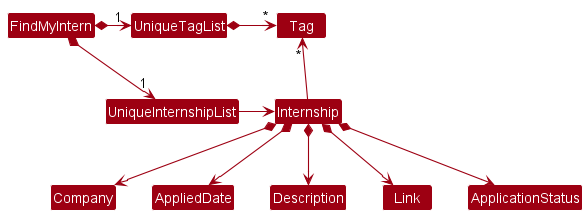
Above: docs/images/BetterModelClassDiagram.png in nus-cs2103-AY2223S1/tp (PlantUML), before the change.
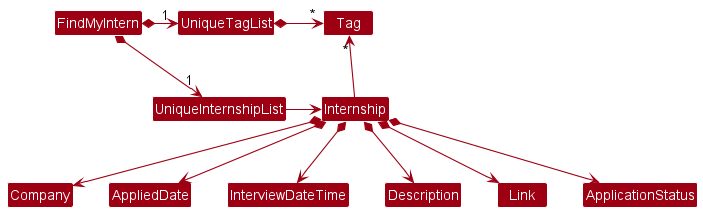
After the commit.

Change to the diagram source:
```diff
@@ -16,6 +16,7 @@
 
 Internship *--> Company
 Internship *--> AppliedDate
+Internship *--> InterviewDateTime
 Internship *--> Description
 Internship *--> Link
 Internship *--> ApplicationStatus
```
